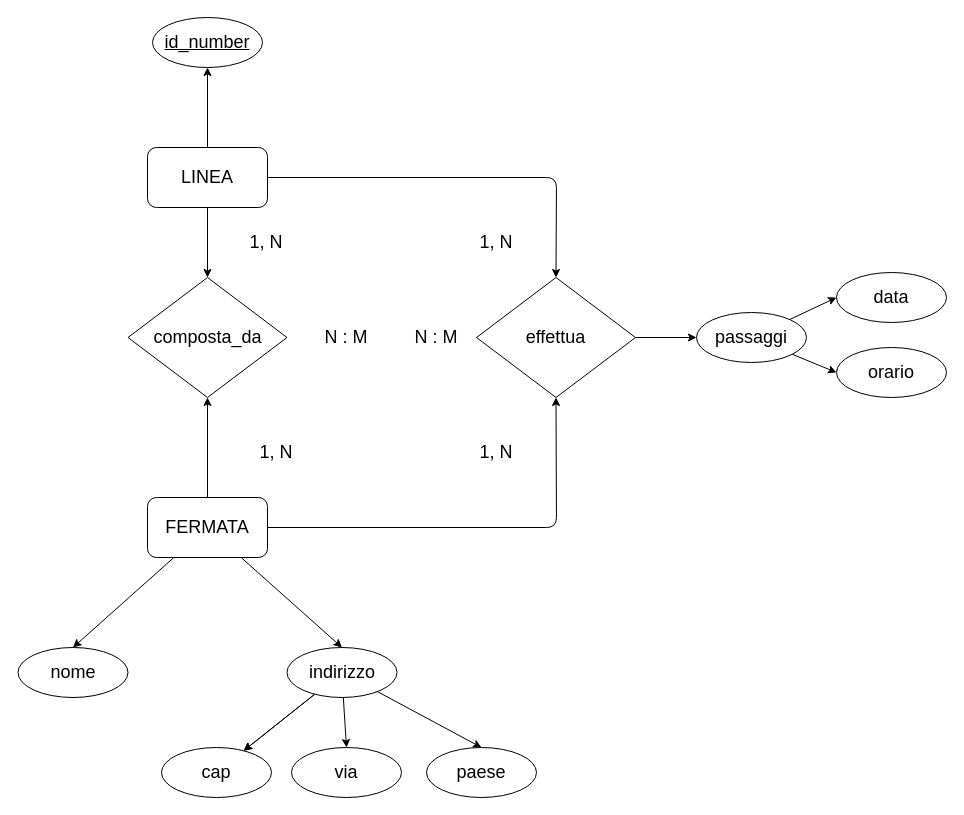
ThomasCantuti/University keeps this draw.io diagram as Basi_di_Dati/Pratica/02_Es_guidato.drawio. Above is the earlier version. Source tidied: cells renumbered, new cells numbered last; positions are measured from the earlier drawing's top-left corner, leaving out a move shared by most shapes. Both pictures are drawn from the tidied source at 100%, with x=0, y=0 at pixel (18, 17).
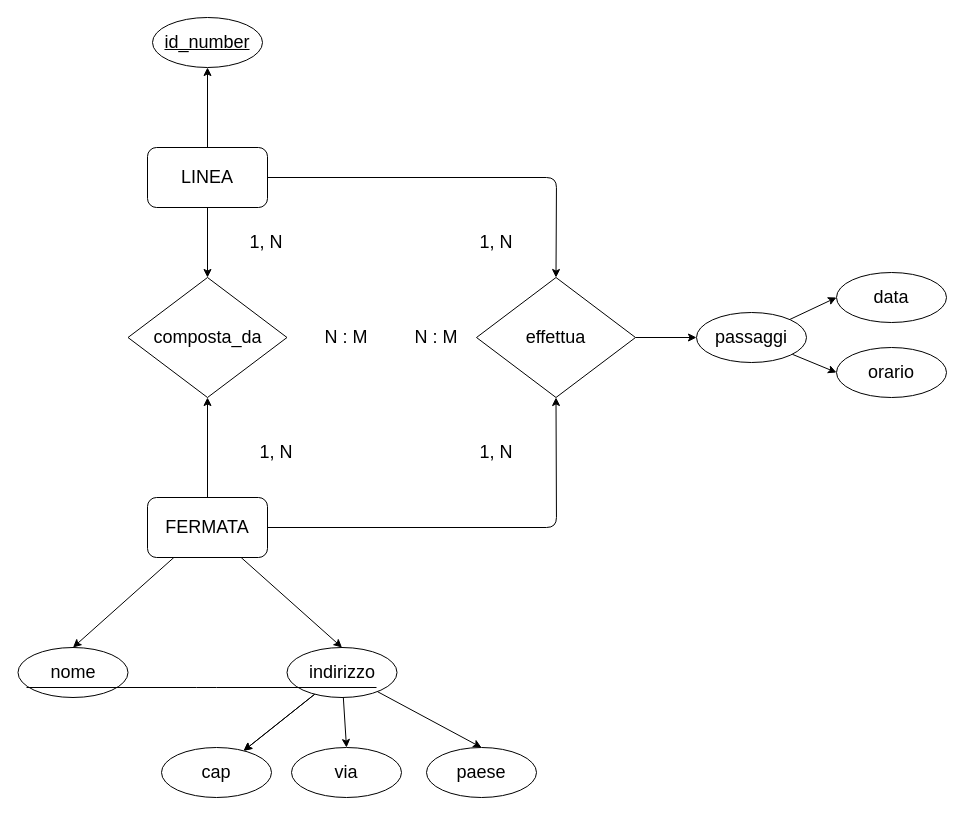
The same diagram, later.

Commit message (it also covers changes not shown here):
lezione 3 algoritmi

Diff of the diagram source:
```diff
@@
+    <mxCell id="35" style="endArrow=none;html=1;" parent="1" edge="1">
+      <mxGeometry relative="1" as="geometry">
+        <mxPoint x="8" y="670" as="sourcePoint" />
+        <mxPoint x="358" y="670" as="targetPoint" />
+        <Array as="points">
+          <mxPoint x="188" y="670" />
+        </Array>
+      </mxGeometry>
+    </mxCell>
```
